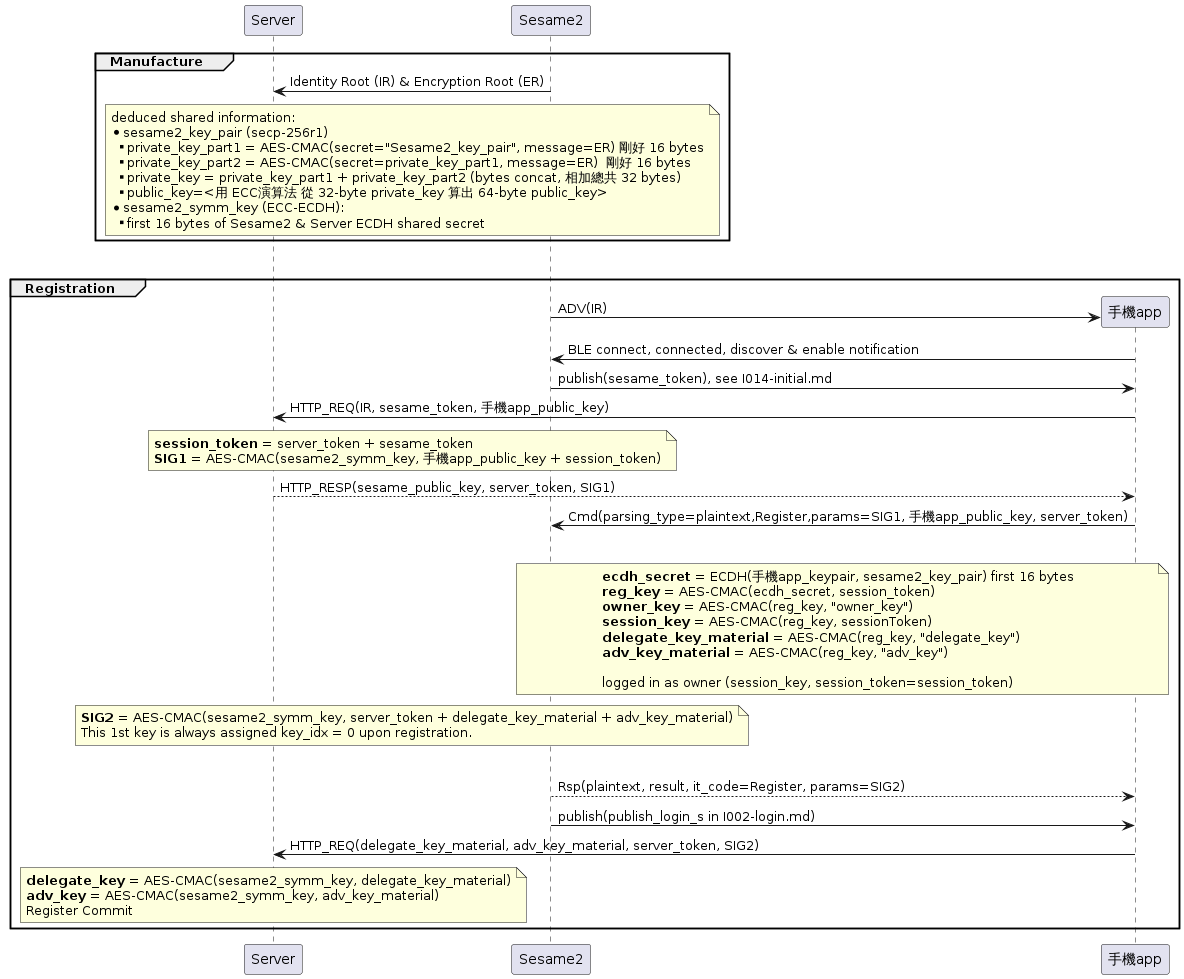
Earlier version of the PlantUML export profile/uml/uml_output/Register.png (CANDY-HOUSE/.github).
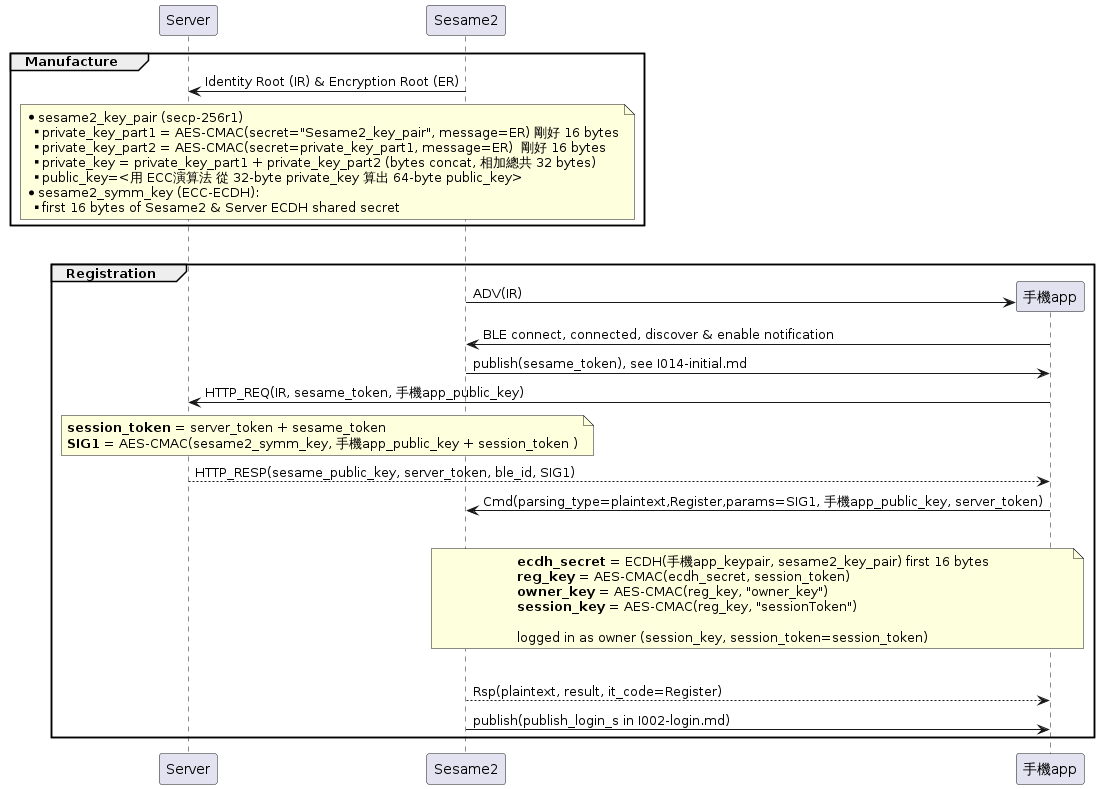
After the change.

The edit, as a diff of the source:
```diff
@@ -7,7 +7,6 @@
     Sesame2 -> Server: Identity Root (IR) & Encryption Root (ER)
 
     note over Sesame2, Server
-        deduced shared information:
         * sesame2_key_pair (secp-256r1)
         ** private_key_part1 = AES-CMAC(secret="Sesame2_key_pair", message=ER) 剛好 16 bytes
         ** private_key_part2 = AES-CMAC(secret=private_key_part1, message=ER)  剛好 16 bytes
@@ -24,15 +23,15 @@
 group Registration
     Sesame2 -> 手機app **: ADV(IR)
     手機app -> Sesame2: BLE connect, connected, discover & enable notification
-    Sesame2 -> 手機app:publish(sesame_token), see I014-initial.md
+    Sesame2 -> 手機app: publish(sesame_token), see I014-initial.md
     手機app -> Server:  HTTP_REQ(IR, sesame_token, 手機app_public_key)
 
     note over Server, Sesame2
         **session_token** = server_token + sesame_token
-        **SIG1** = AES-CMAC(sesame2_symm_key, 手機app_public_key + session_token)
+        **SIG1** = AES-CMAC(sesame2_symm_key, 手機app_public_key + session_token )
     end note
 
-    Server --> 手機app: HTTP_RESP(sesame_public_key, server_token, SIG1)
+    Server --> 手機app: HTTP_RESP(sesame_public_key, server_token, ble_id, SIG1)
     手機app -> Sesame2: Cmd(parsing_type=plaintext,Register,params=SIG1, 手機app_public_key, server_token)
 
     |||
@@ -41,29 +40,19 @@
         **ecdh_secret** = ECDH(手機app_keypair, sesame2_key_pair) first 16 bytes
         **reg_key** = AES-CMAC(ecdh_secret, session_token)
         **owner_key** = AES-CMAC(reg_key, "owner_key")
-        **session_key** = AES-CMAC(reg_key, sessionToken)
-        **delegate_key_material** = AES-CMAC(reg_key, "delegate_key")
-        **adv_key_material** = AES-CMAC(reg_key, "adv_key")
+        **session_key** = AES-CMAC(reg_key, "sessionToken")
 
         logged in as owner (session_key, session_token=session_token)
     end note
 
-    note over Server, Sesame2
-        **SIG2** = AES-CMAC(sesame2_symm_key, server_token + delegate_key_material + adv_key_material)
-        This 1st key is always assigned key_idx = 0 upon registration.
-    end note
+
 
     |||
 
-    Sesame2 --> 手機app: Rsp(plaintext, result, it_code=Register, params=SIG2)
+    Sesame2 --> 手機app: Rsp(plaintext, result, it_code=Register)
     Sesame2 -> 手機app: publish(publish_login_s in I002-login.md)
-    手機app -> Server: HTTP_REQ(delegate_key_material, adv_key_material, server_token, SIG2)
 
-    note over Server
-        **delegate_key** = AES-CMAC(sesame2_symm_key, delegate_key_material)
-        **adv_key** = AES-CMAC(sesame2_symm_key, adv_key_material)
-        Register Commit
-    end note
+
 
 end
 @enduml
```
